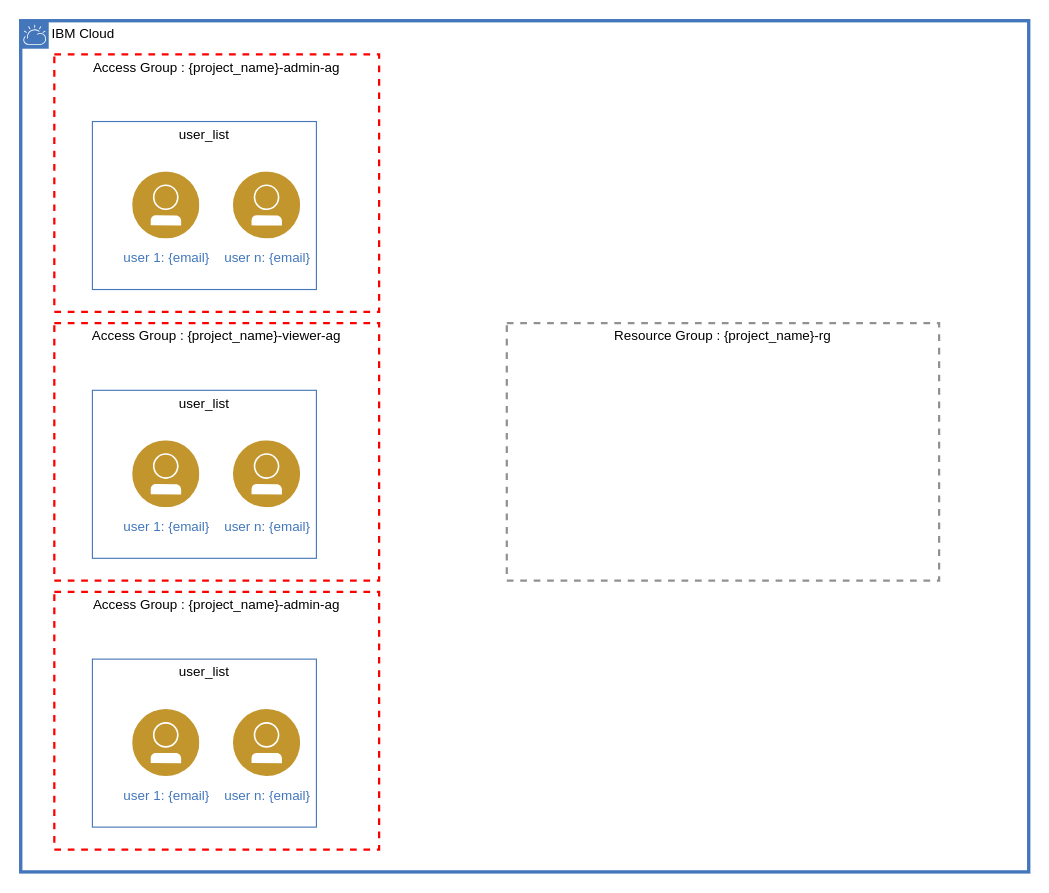
Above: diagrams/diagrams.drawio in joe-sandbox/iam-ibmcloud-terraform (draw.io), before the change. Source tidied: cells renumbered, new cells numbered last; positions are measured from the earlier drawing's top-left corner, leaving out a move shared by most shapes. Both pictures are drawn from the tidied source at 112%, with x=0, y=0 at pixel (20, 20).
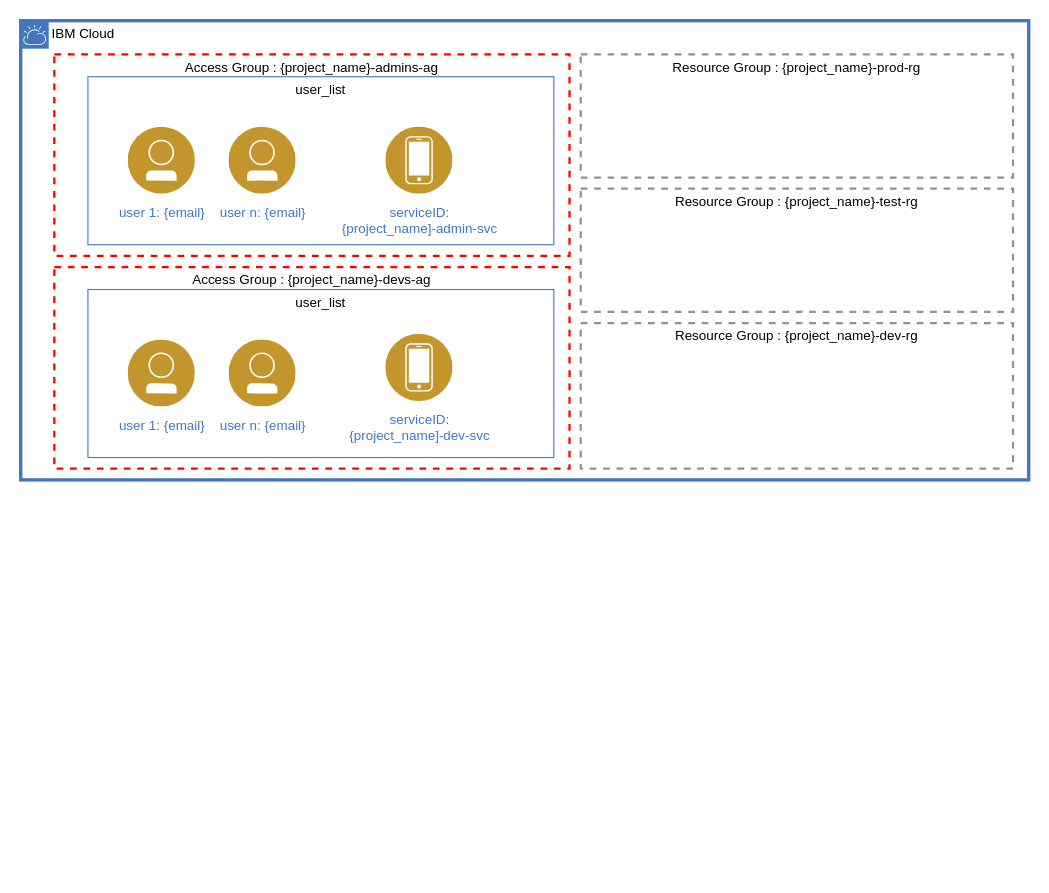
Above is the later version.

Change to the diagram source:
```diff
@@
 <mxGraphModel>
   <root>
     <mxCell id="0" />
     <mxCell id="1" parent="0" />
     <mxCell id="2" value="IBM Cloud" style="shape=mxgraph.ibm.box;prType=cloud;fontStyle=0;verticalAlign=top;align=left;spacingLeft=32;spacingTop=4;fillColor=none;rounded=0;whiteSpace=wrap;html=1;strokeColor=#4376BB;strokeWidth=3;dashed=0;spacing=-4;" parent="1" vertex="1">
-      <mxGeometry width="900" height="760" as="geometry" />
+      <mxGeometry width="900" height="410" as="geometry" />
     </mxCell>
-    <mxCell id="3" value="Access Group : {project_name}-admin-ag" style="fontStyle=0;verticalAlign=top;align=center;spacingTop=-2;fillColor=none;rounded=0;whiteSpace=wrap;html=1;strokeColor=#FF0000;strokeWidth=2;dashed=1;" parent="2" vertex="1">
-      <mxGeometry x="30" y="30" width="290" height="230" as="geometry" />
+    <mxCell id="3" value="Access Group : {project_name}-admins-ag" style="fontStyle=0;verticalAlign=top;align=center;spacingTop=-2;fillColor=none;rounded=0;whiteSpace=wrap;html=1;strokeColor=#FF0000;strokeWidth=2;dashed=1;" parent="2" vertex="1">
+      <mxGeometry x="30" y="30" width="460" height="180" as="geometry" />
     </mxCell>
     <mxCell id="4" value="user_list" style="fontStyle=0;verticalAlign=top;align=center;spacingTop=-2;fillColor=none;rounded=0;whiteSpace=wrap;html=1;strokeColor=#4376BB;strokeWidth=1;dashed=0;" parent="3" vertex="1">
-      <mxGeometry x="34" y="60" width="200" height="150" as="geometry" />
+      <mxGeometry x="30" y="20" width="416" height="150" as="geometry" />
     </mxCell>
     <mxCell id="5" value="user 1: {email}" style="perimeter=ellipsePerimeter;html=1;align=center;shadow=0;dashed=0;fontColor=#4277BB;labelBackgroundColor=#ffffff;fontSize=12;spacingTop=3;image;image=img/lib/ibm/users/user.svg;" parent="4" vertex="1">
       <mxGeometry x="36" y="45" width="60" height="60" as="geometry" />
     </mxCell>
     <mxCell id="6" value="user n: {email}" style="perimeter=ellipsePerimeter;html=1;align=center;shadow=0;dashed=0;fontColor=#4277BB;labelBackgroundColor=#ffffff;fontSize=12;spacingTop=3;image;image=img/lib/ibm/users/user.svg;" parent="4" vertex="1">
       <mxGeometry x="126" y="45" width="60" height="60" as="geometry" />
     </mxCell>
+    <mxCell id="16" value="serviceID: &lt;br&gt;{project_name]-admin-svc" style="perimeter=ellipsePerimeter;html=1;align=center;shadow=0;dashed=0;fontColor=#4277BB;labelBackgroundColor=#ffffff;fontSize=12;spacingTop=3;image;image=img/lib/ibm/users/device.svg;" parent="4" vertex="1">
+      <mxGeometry x="266" y="45" width="60" height="60" as="geometry" />
+    </mxCell>
-    <mxCell id="7" value="Access Group : {project_name}-viewer-ag" style="fontStyle=0;verticalAlign=top;align=center;spacingTop=-2;fillColor=none;rounded=0;whiteSpace=wrap;html=1;strokeColor=#FF0000;strokeWidth=2;dashed=1;" parent="2" vertex="1">
-      <mxGeometry x="30" y="270" width="290" height="230" as="geometry" />
+    <mxCell id="7" value="Access Group : {project_name}-devs-ag" style="fontStyle=0;verticalAlign=top;align=center;spacingTop=-2;fillColor=none;rounded=0;whiteSpace=wrap;html=1;strokeColor=#FF0000;strokeWidth=2;dashed=1;" parent="2" vertex="1">
+      <mxGeometry x="30" y="220" width="460" height="180" as="geometry" />
     </mxCell>
     <mxCell id="8" value="user_list" style="fontStyle=0;verticalAlign=top;align=center;spacingTop=-2;fillColor=none;rounded=0;whiteSpace=wrap;html=1;strokeColor=#4376BB;strokeWidth=1;dashed=0;" parent="7" vertex="1">
-      <mxGeometry x="34" y="60" width="200" height="150" as="geometry" />
+      <mxGeometry x="30" y="20" width="416" height="150" as="geometry" />
     </mxCell>
     <mxCell id="9" value="user 1: {email}" style="perimeter=ellipsePerimeter;html=1;align=center;shadow=0;dashed=0;fontColor=#4277BB;labelBackgroundColor=#ffffff;fontSize=12;spacingTop=3;image;image=img/lib/ibm/users/user.svg;" parent="8" vertex="1">
       <mxGeometry x="36" y="45" width="60" height="60" as="geometry" />
     </mxCell>
     <mxCell id="10" value="user n: {email}" style="perimeter=ellipsePerimeter;html=1;align=center;shadow=0;dashed=0;fontColor=#4277BB;labelBackgroundColor=#ffffff;fontSize=12;spacingTop=3;image;image=img/lib/ibm/users/user.svg;" parent="8" vertex="1">
       <mxGeometry x="126" y="45" width="60" height="60" as="geometry" />
     </mxCell>
-    <mxCell id="11" value="Access Group : {project_name}-admin-ag" style="fontStyle=0;verticalAlign=top;align=center;spacingTop=-2;fillColor=none;rounded=0;whiteSpace=wrap;html=1;strokeColor=#FF0000;strokeWidth=2;dashed=1;" parent="2" vertex="1">
-      <mxGeometry x="30" y="510" width="290" height="230" as="geometry" />
-    </mxCell>
-    <mxCell id="12" value="user_list" style="fontStyle=0;verticalAlign=top;align=center;spacingTop=-2;fillColor=none;rounded=0;whiteSpace=wrap;html=1;strokeColor=#4376BB;strokeWidth=1;dashed=0;" parent="11" vertex="1">
-      <mxGeometry x="34" y="60" width="200" height="150" as="geometry" />
-    </mxCell>
-    <mxCell id="13" value="user 1: {email}" style="perimeter=ellipsePerimeter;html=1;align=center;shadow=0;dashed=0;fontColor=#4277BB;labelBackgroundColor=#ffffff;fontSize=12;spacingTop=3;image;image=img/lib/ibm/users/user.svg;" parent="12" vertex="1">
-      <mxGeometry x="36" y="45" width="60" height="60" as="geometry" />
-    </mxCell>
-    <mxCell id="14" value="user n: {email}" style="perimeter=ellipsePerimeter;html=1;align=center;shadow=0;dashed=0;fontColor=#4277BB;labelBackgroundColor=#ffffff;fontSize=12;spacingTop=3;image;image=img/lib/ibm/users/user.svg;" parent="12" vertex="1">
-      <mxGeometry x="126" y="45" width="60" height="60" as="geometry" />
-    </mxCell>
+    <mxCell id="17" value="serviceID: &lt;br&gt;{project_name]-dev-svc" style="perimeter=ellipsePerimeter;html=1;align=center;shadow=0;dashed=0;fontColor=#4277BB;labelBackgroundColor=#ffffff;fontSize=12;spacingTop=3;image;image=img/lib/ibm/users/device.svg;" parent="8" vertex="1">
+      <mxGeometry x="266" y="40" width="60" height="60" as="geometry" />
+    </mxCell>
-    <mxCell id="15" value="Resource Group : {project_name}-rg" style="fontStyle=0;verticalAlign=top;align=center;spacingTop=-2;fillColor=none;rounded=0;whiteSpace=wrap;html=1;strokeColor=#919191;strokeWidth=2;dashed=1;" parent="2" vertex="1">
-      <mxGeometry x="434" y="270" width="386" height="230" as="geometry" />
+    <mxCell id="15" value="Resource Group : {project_name}-prod-rg" style="fontStyle=0;verticalAlign=top;align=center;spacingTop=-2;fillColor=none;rounded=0;whiteSpace=wrap;html=1;strokeColor=#919191;strokeWidth=2;dashed=1;" parent="2" vertex="1">
+      <mxGeometry x="500" y="30" width="386" height="110" as="geometry" />
     </mxCell>
+    <mxCell id="18" value="Resource Group : {project_name}-test-rg" style="fontStyle=0;verticalAlign=top;align=center;spacingTop=-2;fillColor=none;rounded=0;whiteSpace=wrap;html=1;strokeColor=#919191;strokeWidth=2;dashed=1;" parent="2" vertex="1">
+      <mxGeometry x="500" y="150" width="386" height="110" as="geometry" />
+    </mxCell>
+    <mxCell id="19" value="Resource Group : {project_name}-dev-rg" style="fontStyle=0;verticalAlign=top;align=center;spacingTop=-2;fillColor=none;rounded=0;whiteSpace=wrap;html=1;strokeColor=#919191;strokeWidth=2;dashed=1;" parent="2" vertex="1">
+      <mxGeometry x="500" y="270" width="386" height="130" as="geometry" />
+    </mxCell>
   </root>
 </mxGraphModel>
```
